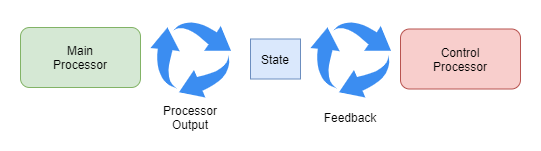
Earlier version of the draw.io export files/A-theory-of-consciousness-v2-independent-control.png (malcolmlett/malcolmlett.github.io). Source tidied: cells renumbered, new cells last; positions are measured from the earlier drawing's top-left corner, leaving out a move shared by most shapes. The source it was exported from:
```xml
<mxGraphModel>
  <root>
    <mxCell id="0" />
    <mxCell id="1" parent="0" />
    <mxCell id="2" value="Main&lt;br&gt;Processor" style="rounded=1;whiteSpace=wrap;html=1;fillColor=#d5e8d4;strokeColor=#82b366;" parent="1" vertex="1">
      <mxGeometry y="6" width="120" height="60" as="geometry" />
    </mxCell>
    <mxCell id="3" value="Control&lt;br&gt;Processor" style="rounded=1;whiteSpace=wrap;html=1;fillColor=#f8cecc;strokeColor=#b85450;" parent="1" vertex="1">
      <mxGeometry x="380" y="7.5" width="120" height="60" as="geometry" />
    </mxCell>
    <mxCell id="4" value="State" style="rounded=0;whiteSpace=wrap;html=1;fillColor=#dae8fc;strokeColor=#6c8ebf;" parent="1" vertex="1">
      <mxGeometry x="230" y="17.5" width="50" height="40" as="geometry" />
    </mxCell>
    <mxCell id="5" style="html=1;strokeColor=none;shadow=0;align=center;verticalAlign=top;fillColor=#3B8DF1;shape=mxgraph.gcp2.arrow_cycle;" parent="1" vertex="1">
      <mxGeometry x="130" y="-0.5" width="80.5" height="76.5" as="geometry" />
    </mxCell>
    <mxCell id="6" style="html=1;strokeColor=none;shadow=0;align=center;verticalAlign=top;fillColor=#3B8DF1;shape=mxgraph.gcp2.arrow_cycle;" parent="1" vertex="1">
      <mxGeometry x="290" y="-0.5" width="80.5" height="76.5" as="geometry" />
    </mxCell>
    <mxCell id="7" value="Feedback" style="text;html=1;strokeColor=none;fillColor=none;align=center;verticalAlign=middle;whiteSpace=wrap;rounded=0;fontSize=12;" parent="1" vertex="1">
      <mxGeometry x="310.3" y="86" width="40" height="20" as="geometry" />
    </mxCell>
    <mxCell id="8" value="Processor&lt;br&gt;Output" style="text;html=1;strokeColor=none;fillColor=none;align=center;verticalAlign=middle;whiteSpace=wrap;rounded=0;fontSize=12;" parent="1" vertex="1">
      <mxGeometry x="150.3" y="86" width="40" height="20" as="geometry" />
    </mxCell>
  </root>
</mxGraphModel>
```
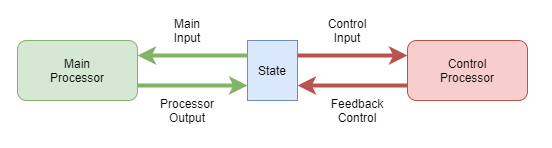
After the commit.

Diff of the diagram source:
```diff
@@ -6,22 +6,34 @@
       <mxGeometry y="6" width="120" height="60" as="geometry" />
     </mxCell>
     <mxCell id="3" value="Control&lt;br&gt;Processor" style="rounded=1;whiteSpace=wrap;html=1;fillColor=#f8cecc;strokeColor=#b85450;" parent="1" vertex="1">
-      <mxGeometry x="380" y="7.5" width="120" height="60" as="geometry" />
+      <mxGeometry x="390" y="6" width="120" height="60" as="geometry" />
     </mxCell>
     <mxCell id="4" value="State" style="rounded=0;whiteSpace=wrap;html=1;fillColor=#dae8fc;strokeColor=#6c8ebf;" parent="1" vertex="1">
-      <mxGeometry x="230" y="17.5" width="50" height="40" as="geometry" />
+      <mxGeometry x="230" y="6" width="50" height="60" as="geometry" />
     </mxCell>
-    <mxCell id="5" style="html=1;strokeColor=none;shadow=0;align=center;verticalAlign=top;fillColor=#3B8DF1;shape=mxgraph.gcp2.arrow_cycle;" parent="1" vertex="1">
-      <mxGeometry x="130" y="-0.5" width="80.5" height="76.5" as="geometry" />
-    </mxCell>
-    <mxCell id="6" style="html=1;strokeColor=none;shadow=0;align=center;verticalAlign=top;fillColor=#3B8DF1;shape=mxgraph.gcp2.arrow_cycle;" parent="1" vertex="1">
-      <mxGeometry x="290" y="-0.5" width="80.5" height="76.5" as="geometry" />
-    </mxCell>
-    <mxCell id="7" value="Feedback" style="text;html=1;strokeColor=none;fillColor=none;align=center;verticalAlign=middle;whiteSpace=wrap;rounded=0;fontSize=12;" parent="1" vertex="1">
-      <mxGeometry x="310.3" y="86" width="40" height="20" as="geometry" />
-    </mxCell>
+    <mxCell id="9" style="edgeStyle=orthogonalEdgeStyle;rounded=0;jettySize=auto;html=1;entryX=0;entryY=0.75;entryDx=0;entryDy=0;exitX=1;exitY=0.75;exitDx=0;exitDy=0;strokeWidth=4;strokeColor=#82b366;fillColor=#d5e8d4;" parent="1" edge="1" source="2" target="4">
+      <mxGeometry relative="1" as="geometry" />
+    </mxCell>
+    <mxCell id="10" style="edgeStyle=orthogonalEdgeStyle;rounded=0;jettySize=auto;html=1;strokeWidth=4;strokeColor=#82b366;entryX=1;entryY=0.25;entryDx=0;entryDy=0;exitX=0;exitY=0.25;exitDx=0;exitDy=0;fillColor=#d5e8d4;" parent="1" edge="1" source="4" target="2">
+      <mxGeometry relative="1" as="geometry" />
+    </mxCell>
     <mxCell id="8" value="Processor&lt;br&gt;Output" style="text;html=1;strokeColor=none;fillColor=none;align=center;verticalAlign=middle;whiteSpace=wrap;rounded=0;fontSize=12;" parent="1" vertex="1">
-      <mxGeometry x="150.3" y="86" width="40" height="20" as="geometry" />
+      <mxGeometry x="150.3" y="66" width="40" height="20" as="geometry" />
     </mxCell>
+    <mxCell id="11" value="Main Input" style="text;html=1;strokeColor=none;fillColor=none;align=center;verticalAlign=middle;whiteSpace=wrap;rounded=0;fontSize=12;" parent="1" vertex="1">
+      <mxGeometry x="150.3" y="-14" width="40" height="20" as="geometry" />
+    </mxCell>
+    <mxCell id="12" style="edgeStyle=orthogonalEdgeStyle;rounded=0;jettySize=auto;html=1;exitX=0;exitY=0.75;exitDx=0;exitDy=0;strokeWidth=4;strokeColor=#b85450;entryX=1;entryY=0.75;entryDx=0;entryDy=0;fillColor=#f8cecc;" parent="1" edge="1" source="3" target="4">
+      <mxGeometry relative="1" as="geometry" />
+    </mxCell>
+    <mxCell id="13" style="edgeStyle=orthogonalEdgeStyle;rounded=0;jettySize=auto;html=1;exitX=1;exitY=0.25;exitDx=0;exitDy=0;strokeWidth=4;strokeColor=#b85450;entryX=0;entryY=0.25;entryDx=0;entryDy=0;fillColor=#f8cecc;" parent="1" edge="1" source="4" target="3">
+      <mxGeometry relative="1" as="geometry" />
+    </mxCell>
+    <mxCell id="14" value="Feedback&lt;br&gt;Control" style="text;html=1;strokeColor=none;fillColor=none;align=center;verticalAlign=middle;whiteSpace=wrap;rounded=0;fontSize=12;" parent="1" vertex="1">
+      <mxGeometry x="320" y="66" width="40" height="20" as="geometry" />
+    </mxCell>
+    <mxCell id="15" value="Control&lt;br&gt;Input" style="text;html=1;strokeColor=none;fillColor=none;align=center;verticalAlign=middle;whiteSpace=wrap;rounded=0;fontSize=12;" parent="1" vertex="1">
+      <mxGeometry x="310.3" y="-14" width="40" height="20" as="geometry" />
+    </mxCell>
   </root>
 </mxGraphModel>
```
